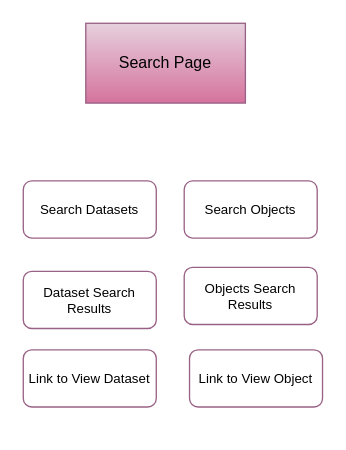
Earlier version of the draw.io diagram page "Page flow" (2 of 5) of Drawings/Eva/Search/Eva Search.drawio (flare891/rmslow). Source tidied: cells renumbered, new cells numbered last; positions are measured from the earlier drawing's top-left corner, leaving out a move shared by most shapes. Both pictures are drawn from the tidied source at 133%, with x=0, y=0 at pixel (23, 23).
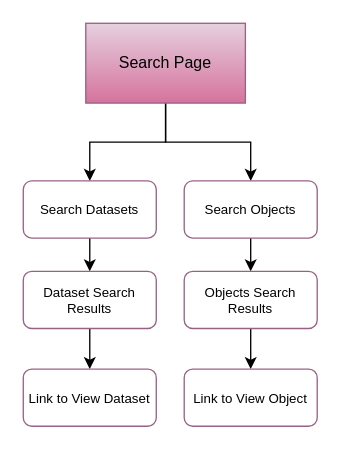
The same diagram, later.

The edit, as a diff of the source:
```diff
@@
 <mxGraphModel>
   <root>
     <mxCell id="0" />
     <mxCell id="1" parent="0" />
+    <mxCell id="9" style="edgeStyle=orthogonalEdgeStyle;rounded=0;jettySize=auto;html=1;entryX=0.5;entryY=0;entryDx=0;entryDy=0;" parent="1" edge="1" source="2" target="3">
+      <mxGeometry relative="1" as="geometry" />
+    </mxCell>
+    <mxCell id="10" style="edgeStyle=orthogonalEdgeStyle;rounded=0;jettySize=auto;html=1;" parent="1" edge="1" source="2" target="4">
+      <mxGeometry relative="1" as="geometry" />
+    </mxCell>
     <mxCell id="2" value="Search Page" style="rounded=0;whiteSpace=wrap;html=1;fillColor=#e6d0de;strokeColor=#996185;gradientColor=#d5739d;" parent="1" vertex="1">
       <mxGeometry x="47" width="120" height="60" as="geometry" />
     </mxCell>
+    <mxCell id="11" style="edgeStyle=orthogonalEdgeStyle;rounded=0;jettySize=auto;html=1;" parent="1" edge="1" source="3" target="5">
+      <mxGeometry relative="1" as="geometry" />
+    </mxCell>
     <mxCell id="3" value="Search Datasets" style="rounded=1;whiteSpace=wrap;html=1;strokeColor=#996185;fontSize=10;fillColor=#FFFFFF;" parent="1" vertex="1">
       <mxGeometry y="118.5" width="100" height="43" as="geometry" />
     </mxCell>
+    <mxCell id="12" style="edgeStyle=orthogonalEdgeStyle;rounded=0;jettySize=auto;html=1;" parent="1" edge="1" source="4" target="6">
+      <mxGeometry relative="1" as="geometry" />
+    </mxCell>
     <mxCell id="4" value="Search Objects" style="rounded=1;whiteSpace=wrap;html=1;strokeColor=#996185;fontSize=10;fillColor=#FFFFFF;" parent="1" vertex="1">
       <mxGeometry x="121" y="118.5" width="100" height="43" as="geometry" />
     </mxCell>
+    <mxCell id="13" style="edgeStyle=orthogonalEdgeStyle;rounded=0;jettySize=auto;html=1;exitX=0.5;exitY=1;exitDx=0;exitDy=0;entryX=0.5;entryY=0;entryDx=0;entryDy=0;" parent="1" edge="1" source="5" target="7">
+      <mxGeometry relative="1" as="geometry" />
+    </mxCell>
     <mxCell id="5" value="Dataset Search Results" style="rounded=1;whiteSpace=wrap;html=1;strokeColor=#996185;fontSize=10;fillColor=#FFFFFF;" parent="1" vertex="1">
       <mxGeometry y="186.5" width="100" height="43" as="geometry" />
     </mxCell>
+    <mxCell id="14" style="edgeStyle=orthogonalEdgeStyle;rounded=0;jettySize=auto;html=1;exitX=0.5;exitY=1;exitDx=0;exitDy=0;entryX=0.5;entryY=0;entryDx=0;entryDy=0;" parent="1" edge="1" source="6" target="8">
+      <mxGeometry relative="1" as="geometry" />
+    </mxCell>
     <mxCell id="6" value="Objects Search Results" style="rounded=1;whiteSpace=wrap;html=1;strokeColor=#996185;fontSize=10;fillColor=#FFFFFF;" parent="1" vertex="1">
-      <mxGeometry x="121" y="183.5" width="100" height="43" as="geometry" />
+      <mxGeometry x="121" y="186.5" width="100" height="43" as="geometry" />
     </mxCell>
     <mxCell id="7" value="Link to View Dataset" style="rounded=1;whiteSpace=wrap;html=1;strokeColor=#996185;fontSize=10;fillColor=#FFFFFF;" parent="1" vertex="1">
-      <mxGeometry y="245.5" width="100" height="43" as="geometry" />
+      <mxGeometry y="260" width="100" height="43" as="geometry" />
     </mxCell>
     <mxCell id="8" value="Link to View Object" style="rounded=1;whiteSpace=wrap;html=1;strokeColor=#996185;fontSize=10;fillColor=#FFFFFF;" parent="1" vertex="1">
-      <mxGeometry x="125" y="245.5" width="100" height="43" as="geometry" />
+      <mxGeometry x="121" y="260" width="100" height="43" as="geometry" />
     </mxCell>
   </root>
 </mxGraphModel>
```
